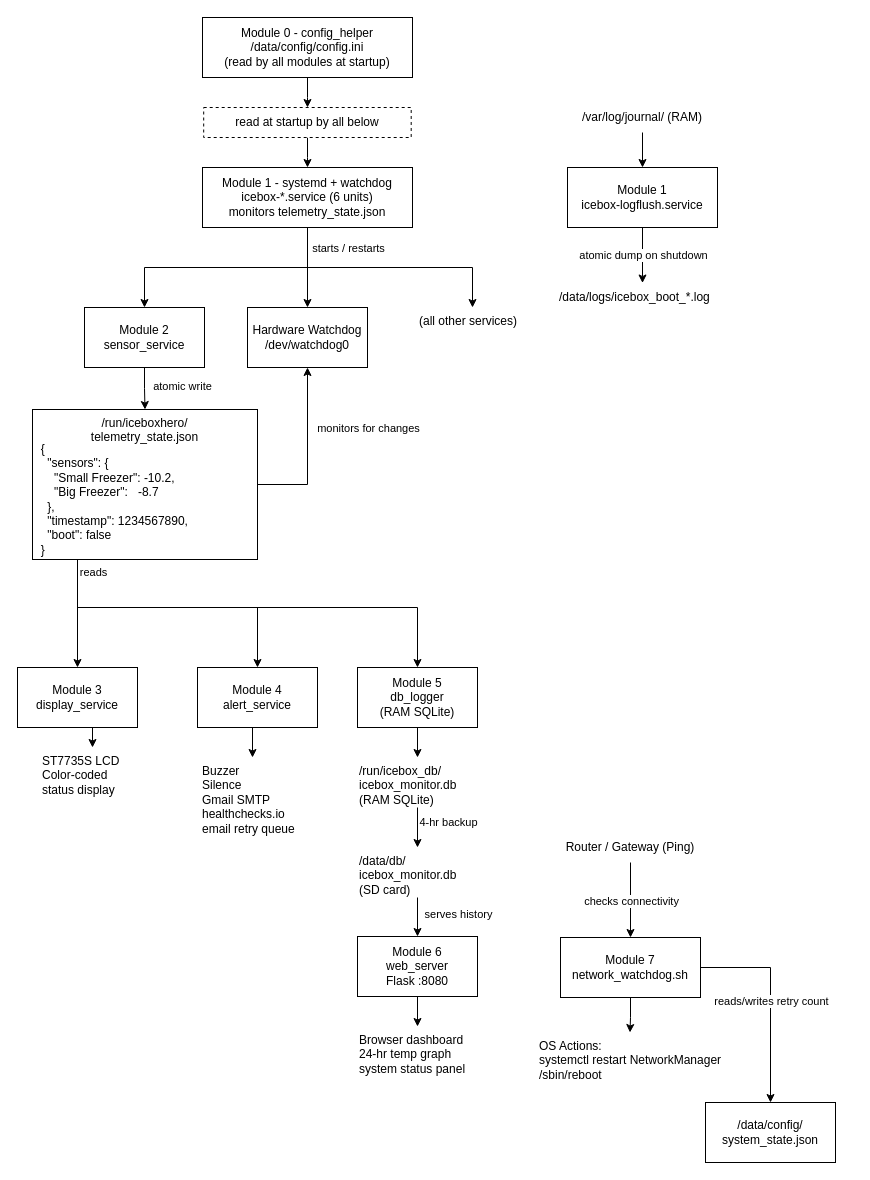
Before: page "Full" (2 of 2) of docs/architecture.drawio in crakerjac/IceboxHero, a draw.io diagram. Source tidied: cells renumbered, new cells numbered last; positions are measured from the earlier drawing's top-left corner, leaving out a move shared by most shapes. Both pictures are drawn from the tidied source at 100%, with x=0, y=0 at pixel (17, 17).
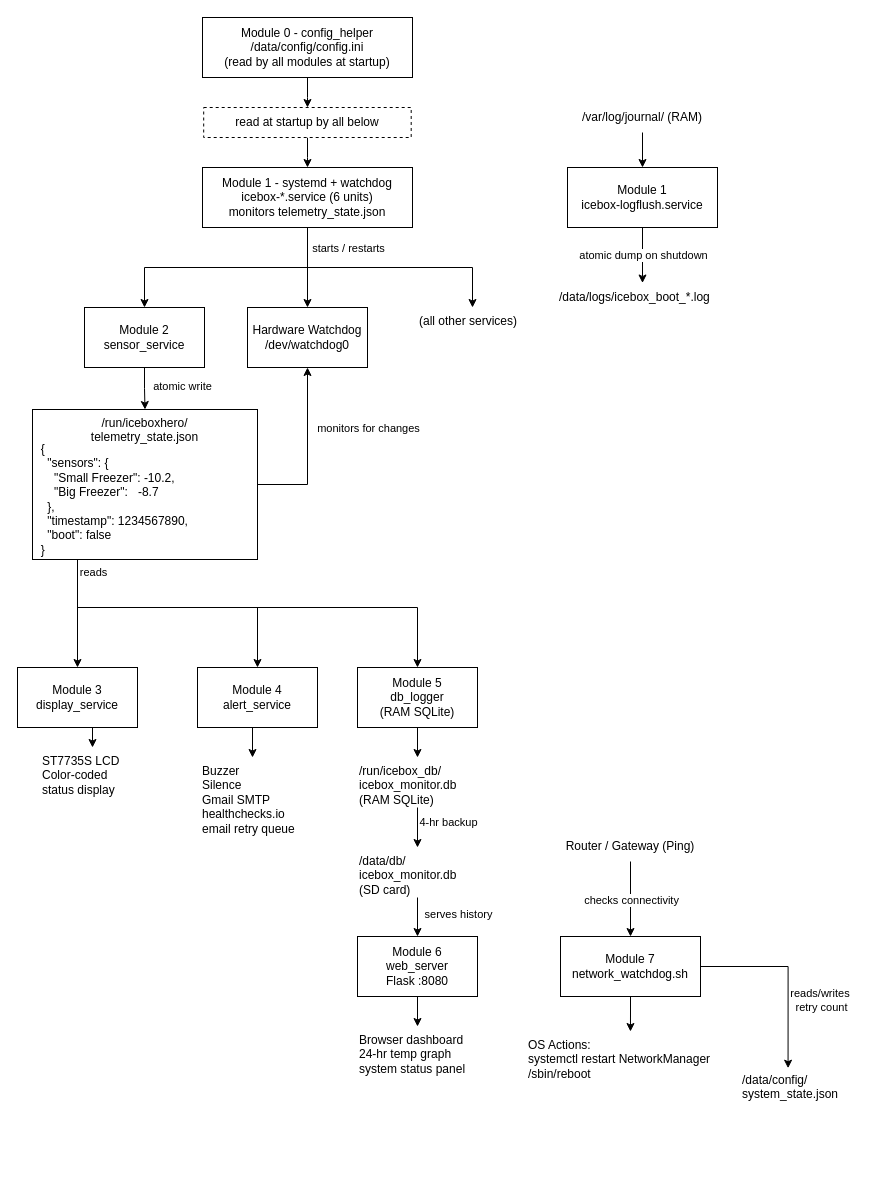
The same diagram, later.

Change to the diagram source:
```diff
@@
     <mxCell id="47" value="Module 7&lt;br&gt;network_watchdog.sh" style="rounded=0;whiteSpace=wrap;html=1;" parent="1" vertex="1">
-      <mxGeometry x="543" y="920" width="140" height="60" as="geometry" />
+      <mxGeometry x="543" y="919" width="140" height="60" as="geometry" />
     </mxCell>
-    <mxCell id="48" value="/data/config/&lt;br&gt;system_state.json" style="rounded=0;whiteSpace=wrap;html=1;" parent="1" vertex="1">
-      <mxGeometry x="688" y="1085" width="130" height="60" as="geometry" />
-    </mxCell>
     <mxCell id="49" value="Router / Gateway (Ping)" style="text;html=1;whiteSpace=wrap;strokeColor=none;fillColor=none;align=center;verticalAlign=middle;rounded=0;" parent="1" vertex="1">
-      <mxGeometry x="538" y="815" width="150" height="30" as="geometry" />
+      <mxGeometry x="538" y="814" width="150" height="30" as="geometry" />
     </mxCell>
     <mxCell id="50" value="OS Actions:&lt;br&gt;systemctl restart NetworkManager&lt;br&gt;/sbin/reboot" style="text;html=1;whiteSpace=wrap;strokeColor=none;fillColor=none;align=left;verticalAlign=top;rounded=0;" parent="1" vertex="1">
-      <mxGeometry x="520" y="1015" width="185" height="60" as="geometry" />
+      <mxGeometry x="509" y="1014" width="185" height="60" as="geometry" />
     </mxCell>
@@
-    <mxCell id="53" style="edgeStyle=orthogonalEdgeStyle;rounded=0;jettySize=auto;html=1;" parent="1" edge="1" source="47" target="48">
+    <mxCell id="53" style="edgeStyle=orthogonalEdgeStyle;rounded=0;jettySize=auto;html=1;entryX=0.471;entryY=0.049;entryDx=0;entryDy=0;entryPerimeter=0;" parent="1" edge="1" source="47" target="48">
       <mxGeometry relative="1" as="geometry" />
     </mxCell>
-    <mxCell id="54" value="reads/writes retry count" style="edgeLabel;html=1;align=center;verticalAlign=middle;" parent="53" vertex="1">
-      <mxGeometry relative="1" as="geometry" />
+    <mxCell id="54" value="reads/writes&amp;nbsp;&lt;div&gt;retry count&lt;/div&gt;" style="edgeLabel;html=1;align=center;verticalAlign=middle;" parent="53" vertex="1">
+      <mxGeometry relative="1" as="geometry">
+        <mxPoint x="33" y="26" as="offset" />
+      </mxGeometry>
     </mxCell>
-    <mxCell id="55" style="edgeStyle=orthogonalEdgeStyle;rounded=0;jettySize=auto;html=1;" parent="1" edge="1" source="47" target="50">
+    <mxCell id="55" style="edgeStyle=orthogonalEdgeStyle;rounded=0;jettySize=auto;html=1;entryX=0.562;entryY=0;entryDx=0;entryDy=0;entryPerimeter=0;" parent="1" edge="1" source="47" target="50">
       <mxGeometry relative="1" as="geometry" />
     </mxCell>
+    <mxCell id="48" value="/data/config/&lt;div&gt;system_state.json&lt;div&gt;&lt;br&gt;&lt;/div&gt;&lt;/div&gt;" style="text;html=1;whiteSpace=wrap;strokeColor=none;fillColor=none;align=left;verticalAlign=top;rounded=0;" parent="1" vertex="1">
+      <mxGeometry x="723" y="1049" width="101" height="35" as="geometry" />
+    </mxCell>
```
